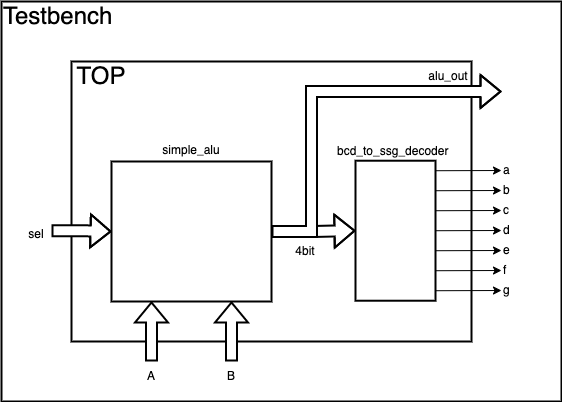
This is assets/images/2021-12-21-verilogHDL_chapter3_combinational_logic/시스템_반도체_설계_3장-figure_22.drawio.png from ParkDongho/ParkDongho.github.io, a draw.io export, as it was before one commit. Source tidied: cells renumbered, new cells last; positions are measured from the earlier drawing's top-left corner, leaving out a move shared by most shapes. Source of this version:
```xml
<mxGraphModel math="1">
  <root>
    <mxCell id="0" />
    <mxCell id="1" parent="0" />
    <mxCell id="2" style="rounded=0;whiteSpace=wrap;html=1;fontSize=24;strokeWidth=2;fillColor=none;" parent="1" vertex="1">
      <mxGeometry width="560" height="400" as="geometry" />
    </mxCell>
    <mxCell id="3" style="rounded=0;whiteSpace=wrap;html=1;fontSize=24;strokeWidth=2;fillColor=none;" parent="1" vertex="1">
      <mxGeometry x="70" y="60" width="400" height="280" as="geometry" />
    </mxCell>
    <mxCell id="4" style="rounded=0;whiteSpace=wrap;html=1;strokeWidth=2;" parent="1" vertex="1">
      <mxGeometry x="354" y="159.2" width="80" height="140" as="geometry" />
    </mxCell>
    <mxCell id="5" style="endArrow=classic;html=1;rounded=0;" parent="1" edge="1">
      <mxGeometry relative="1" as="geometry">
        <mxPoint x="434" y="169.2" as="sourcePoint" />
        <mxPoint x="500" y="169" as="targetPoint" />
      </mxGeometry>
    </mxCell>
    <mxCell id="6" style="endArrow=classic;html=1;rounded=0;" parent="1" edge="1">
      <mxGeometry relative="1" as="geometry">
        <mxPoint x="434" y="189.2" as="sourcePoint" />
        <mxPoint x="500" y="189" as="targetPoint" />
      </mxGeometry>
    </mxCell>
    <mxCell id="7" style="endArrow=classic;html=1;rounded=0;" parent="1" edge="1">
      <mxGeometry relative="1" as="geometry">
        <mxPoint x="434" y="229.2" as="sourcePoint" />
        <mxPoint x="500" y="229" as="targetPoint" />
      </mxGeometry>
    </mxCell>
    <mxCell id="8" style="endArrow=classic;html=1;rounded=0;" parent="1" edge="1">
      <mxGeometry relative="1" as="geometry">
        <mxPoint x="434" y="249.2" as="sourcePoint" />
        <mxPoint x="500" y="249" as="targetPoint" />
      </mxGeometry>
    </mxCell>
    <mxCell id="9" style="endArrow=classic;html=1;rounded=0;" parent="1" edge="1">
      <mxGeometry relative="1" as="geometry">
        <mxPoint x="434" y="269.2" as="sourcePoint" />
        <mxPoint x="500" y="269" as="targetPoint" />
      </mxGeometry>
    </mxCell>
    <mxCell id="10" style="endArrow=classic;html=1;rounded=0;" parent="1" edge="1">
      <mxGeometry relative="1" as="geometry">
        <mxPoint x="434" y="209.2" as="sourcePoint" />
        <mxPoint x="500" y="209" as="targetPoint" />
      </mxGeometry>
    </mxCell>
    <mxCell id="11" style="endArrow=classic;html=1;rounded=0;" parent="1" edge="1">
      <mxGeometry relative="1" as="geometry">
        <mxPoint x="434" y="289.2" as="sourcePoint" />
        <mxPoint x="500" y="289" as="targetPoint" />
      </mxGeometry>
    </mxCell>
    <mxCell id="12" value="bcd_to_ssg_decoder" style="text;html=1;strokeColor=none;fillColor=none;align=left;verticalAlign=middle;whiteSpace=wrap;rounded=0;" parent="1" vertex="1">
      <mxGeometry x="334" y="140" width="120" height="20" as="geometry" />
    </mxCell>
    <mxCell id="13" value="4bit" style="text;html=1;strokeColor=none;fillColor=none;align=center;verticalAlign=middle;whiteSpace=wrap;rounded=0;fontSize=12;" parent="1" vertex="1">
      <mxGeometry x="274" y="235" width="60" height="30" as="geometry" />
    </mxCell>
    <mxCell id="14" style="edgeStyle=orthogonalEdgeStyle;rounded=0;jettySize=auto;html=1;exitX=1;exitY=0.5;exitDx=0;exitDy=0;fontSize=24;startArrow=none;startFill=0;endArrow=classic;endFill=1;strokeWidth=2;fillColor=default;shape=flexArrow;" parent="1" edge="1" source="16" target="4">
      <mxGeometry relative="1" as="geometry" />
    </mxCell>
    <mxCell id="15" style="edgeStyle=orthogonalEdgeStyle;shape=flexArrow;rounded=0;jettySize=auto;html=1;exitX=1;exitY=0.5;exitDx=0;exitDy=0;fontSize=24;startArrow=none;startFill=0;endArrow=classic;endFill=1;strokeWidth=2;fillColor=default;" parent="1" edge="1" source="16">
      <mxGeometry relative="1" as="geometry">
        <mxPoint x="500" y="90" as="targetPoint" />
        <Array as="points">
          <mxPoint x="310" y="230" />
          <mxPoint x="310" y="90" />
        </Array>
      </mxGeometry>
    </mxCell>
    <mxCell id="16" style="rounded=0;whiteSpace=wrap;html=1;fontSize=24;strokeWidth=2;fillColor=default;" parent="1" vertex="1">
      <mxGeometry x="110" y="160" width="160" height="140" as="geometry" />
    </mxCell>
    <mxCell id="17" style="edgeStyle=orthogonalEdgeStyle;shape=flexArrow;rounded=0;jettySize=auto;html=1;exitX=0.5;exitY=0;exitDx=0;exitDy=0;entryX=0.25;entryY=1;entryDx=0;entryDy=0;fontSize=24;startArrow=none;startFill=0;endArrow=classic;endFill=1;strokeWidth=2;fillColor=default;" parent="1" edge="1" target="16">
      <mxGeometry relative="1" as="geometry">
        <mxPoint x="150" y="360" as="sourcePoint" />
      </mxGeometry>
    </mxCell>
    <mxCell id="18" value="A" style="text;html=1;strokeColor=none;fillColor=none;align=center;verticalAlign=middle;whiteSpace=wrap;rounded=0;fontSize=12;" parent="1" vertex="1">
      <mxGeometry x="120" y="360" width="60" height="30" as="geometry" />
    </mxCell>
    <mxCell id="19" style="edgeStyle=orthogonalEdgeStyle;shape=flexArrow;rounded=0;jettySize=auto;html=1;exitX=0.5;exitY=0;exitDx=0;exitDy=0;entryX=0.75;entryY=1;entryDx=0;entryDy=0;fontSize=24;startArrow=none;startFill=0;endArrow=classic;endFill=1;strokeWidth=2;fillColor=default;" parent="1" edge="1" target="16">
      <mxGeometry relative="1" as="geometry">
        <mxPoint x="230" y="360" as="sourcePoint" />
      </mxGeometry>
    </mxCell>
    <mxCell id="20" value="B" style="text;html=1;strokeColor=none;fillColor=none;align=center;verticalAlign=middle;whiteSpace=wrap;rounded=0;fontSize=12;" parent="1" vertex="1">
      <mxGeometry x="200" y="360" width="60" height="30" as="geometry" />
    </mxCell>
    <mxCell id="21" value="simple_alu" style="text;html=1;strokeColor=none;fillColor=none;align=center;verticalAlign=middle;whiteSpace=wrap;rounded=0;" parent="1" vertex="1">
      <mxGeometry x="130" y="139.2" width="120" height="20" as="geometry" />
    </mxCell>
    <mxCell id="22" style="edgeStyle=orthogonalEdgeStyle;shape=flexArrow;rounded=0;jettySize=auto;html=1;exitX=1;exitY=0.5;exitDx=0;exitDy=0;fontSize=24;startArrow=none;startFill=0;endArrow=classic;endFill=1;strokeWidth=2;fillColor=default;" parent="1" edge="1" source="23" target="16">
      <mxGeometry relative="1" as="geometry" />
    </mxCell>
    <mxCell id="23" value="&lt;font style=&quot;font-size: 12px&quot;&gt;sel&lt;/font&gt;" style="text;html=1;strokeColor=none;fillColor=none;align=center;verticalAlign=middle;whiteSpace=wrap;rounded=0;fontSize=24;" parent="1" vertex="1">
      <mxGeometry x="20" y="214.2" width="30" height="30" as="geometry" />
    </mxCell>
    <mxCell id="24" value="TOP" style="text;html=1;strokeColor=none;fillColor=none;align=center;verticalAlign=middle;whiteSpace=wrap;rounded=0;fontSize=24;" parent="1" vertex="1">
      <mxGeometry x="70" y="60" width="60" height="30" as="geometry" />
    </mxCell>
    <mxCell id="25" value="alu_out" style="text;html=1;strokeColor=none;fillColor=none;align=center;verticalAlign=middle;whiteSpace=wrap;rounded=0;fontSize=12;" parent="1" vertex="1">
      <mxGeometry x="417" y="60" width="60" height="30" as="geometry" />
    </mxCell>
    <mxCell id="26" value="a" style="text;html=1;strokeColor=none;fillColor=none;align=left;verticalAlign=middle;whiteSpace=wrap;rounded=0;" parent="1" vertex="1">
      <mxGeometry x="500" y="159.2" width="30" height="20" as="geometry" />
    </mxCell>
    <mxCell id="27" value="b" style="text;html=1;strokeColor=none;fillColor=none;align=left;verticalAlign=middle;whiteSpace=wrap;rounded=0;" parent="1" vertex="1">
      <mxGeometry x="500" y="179.2" width="30" height="20" as="geometry" />
    </mxCell>
    <mxCell id="28" value="c" style="text;html=1;strokeColor=none;fillColor=none;align=left;verticalAlign=middle;whiteSpace=wrap;rounded=0;" parent="1" vertex="1">
      <mxGeometry x="500" y="199.2" width="30" height="20" as="geometry" />
    </mxCell>
    <mxCell id="29" value="d" style="text;html=1;strokeColor=none;fillColor=none;align=left;verticalAlign=middle;whiteSpace=wrap;rounded=0;" parent="1" vertex="1">
      <mxGeometry x="500" y="219.2" width="30" height="20" as="geometry" />
    </mxCell>
    <mxCell id="30" value="e" style="text;html=1;strokeColor=none;fillColor=none;align=left;verticalAlign=middle;whiteSpace=wrap;rounded=0;" parent="1" vertex="1">
      <mxGeometry x="500" y="239.2" width="30" height="20" as="geometry" />
    </mxCell>
    <mxCell id="31" value="f" style="text;html=1;strokeColor=none;fillColor=none;align=left;verticalAlign=middle;whiteSpace=wrap;rounded=0;" parent="1" vertex="1">
      <mxGeometry x="500" y="259.2" width="30" height="20" as="geometry" />
    </mxCell>
    <mxCell id="32" value="g" style="text;html=1;strokeColor=none;fillColor=none;align=left;verticalAlign=middle;whiteSpace=wrap;rounded=0;" parent="1" vertex="1">
      <mxGeometry x="500" y="279.2" width="30" height="20" as="geometry" />
    </mxCell>
    <mxCell id="33" value="Testbench" style="text;html=1;strokeColor=none;fillColor=none;align=left;verticalAlign=middle;whiteSpace=wrap;rounded=0;fontSize=24;" parent="1" vertex="1">
      <mxGeometry width="160" height="30" as="geometry" />
    </mxCell>
  </root>
</mxGraphModel>
```
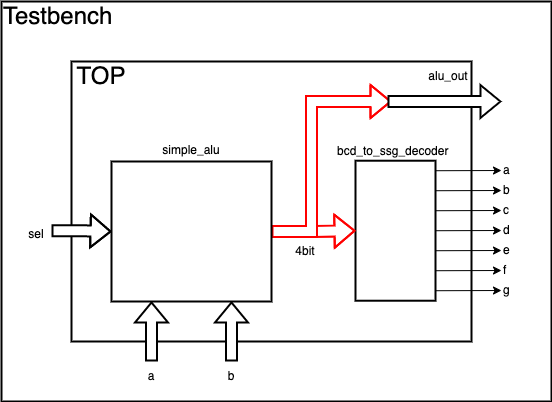
Later version of the same file.

What changed in the source:
```diff
@@ -3,7 +3,7 @@
     <mxCell id="0" />
     <mxCell id="1" parent="0" />
     <mxCell id="2" style="rounded=0;whiteSpace=wrap;html=1;fontSize=24;strokeWidth=2;fillColor=none;" parent="1" vertex="1">
-      <mxGeometry width="560" height="400" as="geometry" />
+      <mxGeometry width="550" height="400" as="geometry" />
     </mxCell>
     <mxCell id="3" style="rounded=0;whiteSpace=wrap;html=1;fontSize=24;strokeWidth=2;fillColor=none;" parent="1" vertex="1">
       <mxGeometry x="70" y="60" width="400" height="280" as="geometry" />
@@ -59,15 +59,16 @@
     <mxCell id="13" value="4bit" style="text;html=1;strokeColor=none;fillColor=none;align=center;verticalAlign=middle;whiteSpace=wrap;rounded=0;fontSize=12;" parent="1" vertex="1">
       <mxGeometry x="274" y="235" width="60" height="30" as="geometry" />
     </mxCell>
-    <mxCell id="14" style="edgeStyle=orthogonalEdgeStyle;rounded=0;jettySize=auto;html=1;exitX=1;exitY=0.5;exitDx=0;exitDy=0;fontSize=24;startArrow=none;startFill=0;endArrow=classic;endFill=1;strokeWidth=2;fillColor=default;shape=flexArrow;" parent="1" edge="1" source="16" target="4">
+    <mxCell id="14" style="edgeStyle=orthogonalEdgeStyle;rounded=0;jettySize=auto;html=1;exitX=1;exitY=0.5;exitDx=0;exitDy=0;fontSize=24;startArrow=none;startFill=0;endArrow=classic;endFill=1;strokeWidth=2;fillColor=default;shape=flexArrow;strokeColor=#FF0000;" parent="1" edge="1" source="16" target="4">
       <mxGeometry relative="1" as="geometry" />
     </mxCell>
-    <mxCell id="15" style="edgeStyle=orthogonalEdgeStyle;shape=flexArrow;rounded=0;jettySize=auto;html=1;exitX=1;exitY=0.5;exitDx=0;exitDy=0;fontSize=24;startArrow=none;startFill=0;endArrow=classic;endFill=1;strokeWidth=2;fillColor=default;" parent="1" edge="1" source="16">
+    <mxCell id="15" style="edgeStyle=orthogonalEdgeStyle;shape=flexArrow;rounded=0;jettySize=auto;html=1;exitX=1;exitY=0.5;exitDx=0;exitDy=0;fontSize=24;startArrow=none;startFill=0;endArrow=classic;endFill=1;strokeWidth=2;fillColor=default;strokeColor=#FF0000;" parent="1" edge="1" source="16">
       <mxGeometry relative="1" as="geometry">
-        <mxPoint x="500" y="90" as="targetPoint" />
+        <mxPoint x="390" y="100" as="targetPoint" />
         <Array as="points">
           <mxPoint x="310" y="230" />
-          <mxPoint x="310" y="90" />
+          <mxPoint x="310" y="100" />
+          <mxPoint x="390" y="100" />
         </Array>
       </mxGeometry>
     </mxCell>
@@ -79,7 +80,7 @@
         <mxPoint x="150" y="360" as="sourcePoint" />
       </mxGeometry>
     </mxCell>
-    <mxCell id="18" value="A" style="text;html=1;strokeColor=none;fillColor=none;align=center;verticalAlign=middle;whiteSpace=wrap;rounded=0;fontSize=12;" parent="1" vertex="1">
+    <mxCell id="18" value="a" style="text;html=1;strokeColor=none;fillColor=none;align=center;verticalAlign=middle;whiteSpace=wrap;rounded=0;fontSize=12;" parent="1" vertex="1">
       <mxGeometry x="120" y="360" width="60" height="30" as="geometry" />
     </mxCell>
     <mxCell id="19" style="edgeStyle=orthogonalEdgeStyle;shape=flexArrow;rounded=0;jettySize=auto;html=1;exitX=0.5;exitY=0;exitDx=0;exitDy=0;entryX=0.75;entryY=1;entryDx=0;entryDy=0;fontSize=24;startArrow=none;startFill=0;endArrow=classic;endFill=1;strokeWidth=2;fillColor=default;" parent="1" edge="1" target="16">
@@ -87,7 +88,7 @@
         <mxPoint x="230" y="360" as="sourcePoint" />
       </mxGeometry>
     </mxCell>
-    <mxCell id="20" value="B" style="text;html=1;strokeColor=none;fillColor=none;align=center;verticalAlign=middle;whiteSpace=wrap;rounded=0;fontSize=12;" parent="1" vertex="1">
+    <mxCell id="20" value="b" style="text;html=1;strokeColor=none;fillColor=none;align=center;verticalAlign=middle;whiteSpace=wrap;rounded=0;fontSize=12;" parent="1" vertex="1">
       <mxGeometry x="200" y="360" width="60" height="30" as="geometry" />
     </mxCell>
     <mxCell id="21" value="simple_alu" style="text;html=1;strokeColor=none;fillColor=none;align=center;verticalAlign=middle;whiteSpace=wrap;rounded=0;" parent="1" vertex="1">
@@ -129,5 +130,14 @@
     <mxCell id="33" value="Testbench" style="text;html=1;strokeColor=none;fillColor=none;align=left;verticalAlign=middle;whiteSpace=wrap;rounded=0;fontSize=24;" parent="1" vertex="1">
       <mxGeometry width="160" height="30" as="geometry" />
     </mxCell>
+    <mxCell id="34" style="edgeStyle=orthogonalEdgeStyle;rounded=0;orthogonalLoop=1;jettySize=auto;html=1;fontSize=24;startArrow=none;startFill=0;endArrow=classic;endFill=1;strokeWidth=2;shape=flexArrow;fillColor=default;" parent="1" edge="1">
+      <mxGeometry relative="1" as="geometry">
+        <mxPoint x="386" y="100" as="sourcePoint" />
+        <mxPoint x="500" y="100" as="targetPoint" />
+        <Array as="points">
+          <mxPoint x="386" y="100" />
+        </Array>
+      </mxGeometry>
+    </mxCell>
   </root>
 </mxGraphModel>
```
